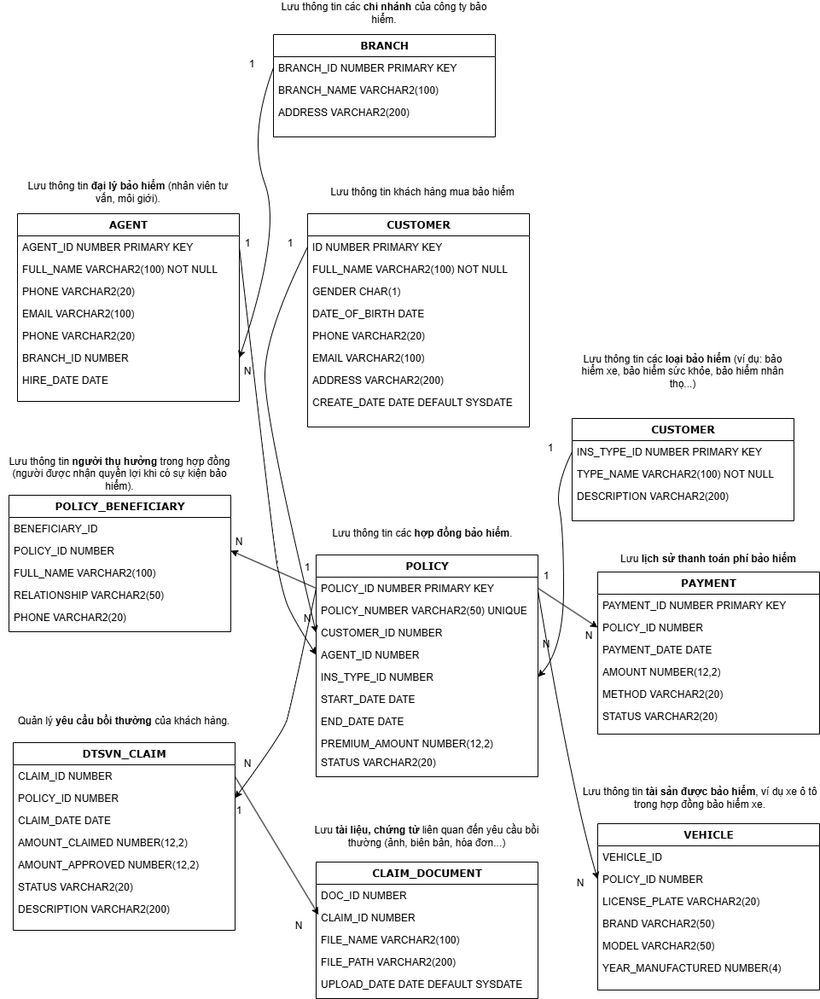
This is Insurance-Contract-Microservice.drawio.png from HoangNamDanga/Insurance-Contract-Microservice, a draw.io export, as it was before one commit. Source tidied: cells renumbered, new cells last; positions are measured from the earlier drawing's top-left corner, leaving out a move shared by most shapes.
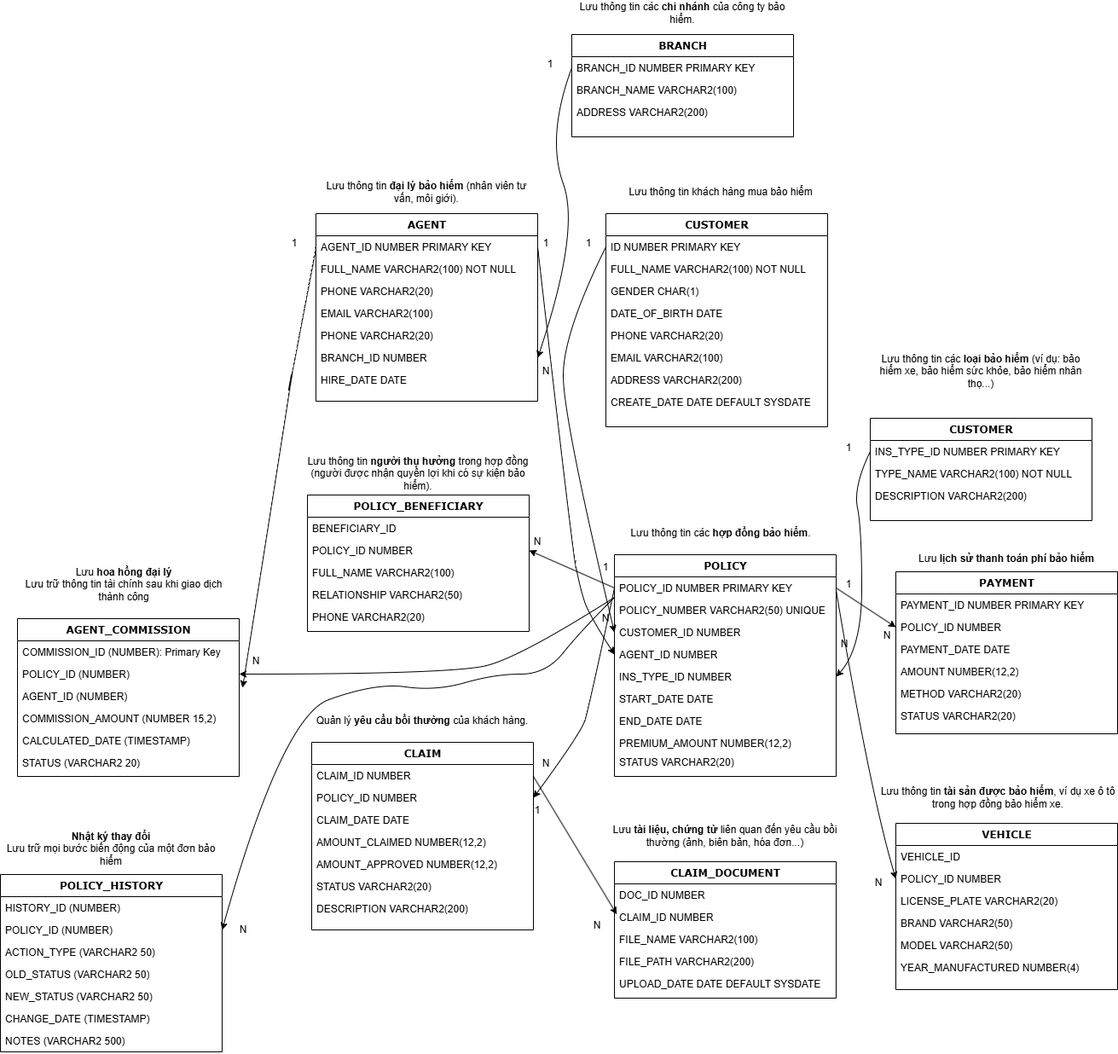
Above is the later version.

Commit message:
Update database diagram with Agent Commission and Policy History

Change to the diagram source:
```diff
@@ -167,7 +167,7 @@
     <mxCell id="56" value="Lưu &lt;strong&gt;lịch sử thanh toán phí bảo hiểm&lt;/strong&gt;" style="text;html=1;align=center;verticalAlign=middle;whiteSpace=wrap;rounded=0;" parent="1" vertex="1">
       <mxGeometry x="705" y="640" width="250" height="30" as="geometry" />
     </mxCell>
-    <mxCell id="57" value="DTSVN_CLAIM" style="swimlane;html=1;fontStyle=1;align=center;verticalAlign=top;horizontal=1;startSize=26;swimlaneFillColor=#ffffff;rounded=0;shadow=0;comic=0;labelBackgroundColor=none;strokeWidth=1;fillColor=none;fontFamily=Verdana;fontSize=12;" parent="1" vertex="1">
+    <mxCell id="57" value="CLAIM" style="swimlane;html=1;fontStyle=1;align=center;verticalAlign=top;horizontal=1;startSize=26;swimlaneFillColor=#ffffff;rounded=0;shadow=0;comic=0;labelBackgroundColor=none;strokeWidth=1;fillColor=none;fontFamily=Verdana;fontSize=12;" parent="1" vertex="1">
       <mxGeometry x="15" y="870" width="260" height="220" as="geometry" />
     </mxCell>
     <mxCell id="58" value="CLAIM_ID NUMBER" style="text;html=1;strokeColor=none;fillColor=none;align=left;verticalAlign=top;spacingLeft=4;spacingRight=4;whiteSpace=wrap;overflow=hidden;" parent="57" vertex="1">
@@ -310,7 +310,7 @@
       <mxGeometry x="660" y="730" width="60" height="30" as="geometry" />
     </mxCell>
     <mxCell id="97" value="1" style="text;html=1;align=center;verticalAlign=middle;whiteSpace=wrap;rounded=0;" parent="1" vertex="1">
-      <mxGeometry x="610" y="660" width="60" height="30" as="geometry" />
+      <mxGeometry x="615" y="670" width="60" height="30" as="geometry" />
     </mxCell>
     <mxCell id="98" style="curved=1;endArrow=classic;html=1;rounded=0;exitX=0;exitY=0.5;exitDx=0;exitDy=0;entryX=1;entryY=0.5;entryDx=0;entryDy=0;" parent="1" edge="1" source="32" target="59">
       <mxGeometry relative="1" as="geometry">
@@ -343,5 +343,96 @@
     <mxCell id="104" value="N" style="text;html=1;align=center;verticalAlign=middle;whiteSpace=wrap;rounded=0;" parent="1" vertex="1">
       <mxGeometry x="650" y="1020" width="60" height="30" as="geometry" />
     </mxCell>
+    <mxCell id="105" value="AGENT_COMMISSION" style="swimlane;html=1;fontStyle=1;align=center;verticalAlign=top;horizontal=1;startSize=26;swimlaneFillColor=#ffffff;rounded=0;shadow=0;comic=0;labelBackgroundColor=none;strokeWidth=1;fillColor=none;fontFamily=Verdana;fontSize=12;" parent="1" vertex="1">
+      <mxGeometry x="-330" y="725" width="260" height="185" as="geometry" />
+    </mxCell>
+    <mxCell id="106" value="&lt;span style=&quot;&quot;&gt;COMMISSION_ID&lt;/span&gt; (NUMBER): Primary Key" style="text;html=1;strokeColor=none;fillColor=none;align=left;verticalAlign=top;spacingLeft=4;spacingRight=4;whiteSpace=wrap;overflow=hidden;" parent="105" vertex="1">
+      <mxGeometry y="26" width="260" height="26" as="geometry" />
+    </mxCell>
+    <mxCell id="107" value="&lt;span style=&quot;&quot;&gt;POLICY_ID&lt;/span&gt; (NUMBER)" style="text;html=1;strokeColor=none;fillColor=none;align=left;verticalAlign=top;spacingLeft=4;spacingRight=4;whiteSpace=wrap;overflow=hidden;points=[[0,0.5],[1,0.5]];portConstraint=eastwest;" parent="105" vertex="1">
+      <mxGeometry y="52" width="260" height="26" as="geometry" />
+    </mxCell>
+    <mxCell id="108" value="&lt;span style=&quot;&quot;&gt;AGENT_ID&lt;/span&gt; (NUMBER)" style="text;html=1;strokeColor=none;fillColor=none;align=left;verticalAlign=top;spacingLeft=4;spacingRight=4;whiteSpace=wrap;overflow=hidden;points=[[0,0.5],[1,0.5]];portConstraint=eastwest;" parent="105" vertex="1">
+      <mxGeometry y="78" width="260" height="26" as="geometry" />
+    </mxCell>
+    <mxCell id="109" value="&lt;span style=&quot;&quot;&gt;COMMISSION_AMOUNT&lt;/span&gt; (NUMBER 15,2)" style="text;html=1;strokeColor=none;fillColor=none;align=left;verticalAlign=top;spacingLeft=4;spacingRight=4;whiteSpace=wrap;overflow=hidden;" parent="105" vertex="1">
+      <mxGeometry y="104" width="260" height="26" as="geometry" />
+    </mxCell>
+    <mxCell id="110" value="&lt;span style=&quot;&quot;&gt;CALCULATED_DATE&lt;/span&gt; (TIMESTAMP)" style="text;html=1;strokeColor=none;fillColor=none;align=left;verticalAlign=top;spacingLeft=4;spacingRight=4;whiteSpace=wrap;overflow=hidden;" parent="105" vertex="1">
+      <mxGeometry y="130" width="260" height="26" as="geometry" />
+    </mxCell>
+    <mxCell id="111" value="&lt;span style=&quot;&quot;&gt;STATU&lt;/span&gt;&lt;span style=&quot;&quot;&gt;S&lt;/span&gt; (VARCHAR2 20)" style="text;html=1;strokeColor=none;fillColor=none;align=left;verticalAlign=top;spacingLeft=4;spacingRight=4;whiteSpace=wrap;overflow=hidden;" parent="105" vertex="1">
+      <mxGeometry y="156" width="260" height="26" as="geometry" />
+    </mxCell>
+    <mxCell id="112" value="Lưu &lt;b&gt;hoa hồng đại lý&lt;/b&gt;&lt;div&gt;Lưu trữ thông tin tài chính sau khi giao dịch thành công&lt;b&gt;&lt;/b&gt;&lt;/div&gt;" style="text;html=1;align=center;verticalAlign=middle;whiteSpace=wrap;rounded=0;" parent="1" vertex="1">
+      <mxGeometry x="-330" y="670" width="250" height="30" as="geometry" />
+    </mxCell>
+    <mxCell id="113" value="N" style="text;html=1;align=center;verticalAlign=middle;whiteSpace=wrap;rounded=0;" parent="1" vertex="1">
+      <mxGeometry x="-80" y="760" width="60" height="30" as="geometry" />
+    </mxCell>
+    <mxCell id="114" style="curved=1;endArrow=classic;html=1;rounded=0;entryX=1;entryY=0.5;entryDx=0;entryDy=0;" parent="1" edge="1" target="107">
+      <mxGeometry relative="1" as="geometry">
+        <mxPoint x="370" y="700" as="sourcePoint" />
+        <Array as="points">
+          <mxPoint x="260" y="770" />
+          <mxPoint x="180" y="790" />
+        </Array>
+      </mxGeometry>
+    </mxCell>
+    <mxCell id="115" style="curved=1;endArrow=classic;html=1;rounded=0;entryX=1.015;entryY=0.115;entryDx=0;entryDy=0;entryPerimeter=0;" parent="1" edge="1" target="108">
+      <mxGeometry relative="1" as="geometry">
+        <mxPoint x="20" y="290" as="sourcePoint" />
+        <Array as="points">
+          <mxPoint x="-20" y="500" />
+          <mxPoint y="390" />
+        </Array>
+      </mxGeometry>
+    </mxCell>
+    <mxCell id="116" value="1" style="text;html=1;align=center;verticalAlign=middle;whiteSpace=wrap;rounded=0;" parent="1" vertex="1">
+      <mxGeometry x="-35" y="270" width="60" height="30" as="geometry" />
+    </mxCell>
+    <mxCell id="117" value="POLICY_HISTORY" style="swimlane;html=1;fontStyle=1;align=center;verticalAlign=top;horizontal=1;startSize=26;swimlaneFillColor=#ffffff;rounded=0;shadow=0;comic=0;labelBackgroundColor=none;strokeWidth=1;fillColor=none;fontFamily=Verdana;fontSize=12;" parent="1" vertex="1">
+      <mxGeometry x="-350" y="1025" width="260" height="208" as="geometry" />
+    </mxCell>
+    <mxCell id="118" value="&lt;span style=&quot;&quot;&gt;HISTORY_ID&lt;/span&gt; (NUMBER)" style="text;html=1;strokeColor=none;fillColor=none;align=left;verticalAlign=top;spacingLeft=4;spacingRight=4;whiteSpace=wrap;overflow=hidden;" parent="117" vertex="1">
+      <mxGeometry y="26" width="260" height="26" as="geometry" />
+    </mxCell>
+    <mxCell id="119" value="&lt;span style=&quot;&quot;&gt;POLICY_ID&lt;/span&gt; (NUMBER)" style="text;html=1;strokeColor=none;fillColor=none;align=left;verticalAlign=top;spacingLeft=4;spacingRight=4;whiteSpace=wrap;overflow=hidden;points=[[0,0.5],[1,0.5]];portConstraint=eastwest;" parent="117" vertex="1">
+      <mxGeometry y="52" width="260" height="26" as="geometry" />
+    </mxCell>
+    <mxCell id="120" value="&lt;span style=&quot;&quot;&gt;ACTION_TYPE&lt;/span&gt; (VARCHAR2 50)" style="text;html=1;strokeColor=none;fillColor=none;align=left;verticalAlign=top;spacingLeft=4;spacingRight=4;whiteSpace=wrap;overflow=hidden;" parent="117" vertex="1">
+      <mxGeometry y="78" width="260" height="26" as="geometry" />
+    </mxCell>
+    <mxCell id="121" value="&lt;span style=&quot;&quot;&gt;OLD_STATUS&lt;/span&gt; (VARCHAR2 50)" style="text;html=1;strokeColor=none;fillColor=none;align=left;verticalAlign=top;spacingLeft=4;spacingRight=4;whiteSpace=wrap;overflow=hidden;" parent="117" vertex="1">
+      <mxGeometry y="104" width="260" height="26" as="geometry" />
+    </mxCell>
+    <mxCell id="122" value="&lt;span style=&quot;&quot;&gt;NEW_STATUS&lt;/span&gt; (VARCHAR2 50)" style="text;html=1;strokeColor=none;fillColor=none;align=left;verticalAlign=top;spacingLeft=4;spacingRight=4;whiteSpace=wrap;overflow=hidden;" parent="117" vertex="1">
+      <mxGeometry y="130" width="260" height="26" as="geometry" />
+    </mxCell>
+    <mxCell id="123" value="&lt;span style=&quot;&quot;&gt;CHANGE_DATE&lt;/span&gt; (TIMESTAMP)" style="text;html=1;strokeColor=none;fillColor=none;align=left;verticalAlign=top;spacingLeft=4;spacingRight=4;whiteSpace=wrap;overflow=hidden;" parent="117" vertex="1">
+      <mxGeometry y="156" width="260" height="26" as="geometry" />
+    </mxCell>
+    <mxCell id="124" value="&lt;span style=&quot;&quot;&gt;NOTES&lt;/span&gt; (VARCHAR2 500)" style="text;html=1;strokeColor=none;fillColor=none;align=left;verticalAlign=top;spacingLeft=4;spacingRight=4;whiteSpace=wrap;overflow=hidden;" parent="117" vertex="1">
+      <mxGeometry y="182" width="260" height="26" as="geometry" />
+    </mxCell>
+    <mxCell id="125" style="curved=1;endArrow=classic;html=1;rounded=0;entryX=1;entryY=0.5;entryDx=0;entryDy=0;" parent="1" edge="1" target="119">
+      <mxGeometry relative="1" as="geometry">
+        <mxPoint x="370" y="700" as="sourcePoint" />
+        <Array as="points">
+          <mxPoint x="330" y="740" />
+          <mxPoint x="290" y="790" />
+          <mxPoint x="230" y="790" />
+          <mxPoint x="160" y="810" />
+          <mxPoint x="90" y="800" />
+          <mxPoint x="-20" y="840" />
+        </Array>
+      </mxGeometry>
+    </mxCell>
+    <mxCell id="126" value="N" style="text;html=1;align=center;verticalAlign=middle;whiteSpace=wrap;rounded=0;" parent="1" vertex="1">
+      <mxGeometry x="-95" y="1075" width="60" height="30" as="geometry" />
+    </mxCell>
+    <mxCell id="127" value="&lt;b&gt;Nhật ký thay đổi&lt;br&gt;&lt;/b&gt;&lt;div&gt;Lưu trữ mọi bước biến động của một đơn bảo hiểm&lt;b&gt;&lt;/b&gt;&lt;/div&gt;" style="text;html=1;align=center;verticalAlign=middle;whiteSpace=wrap;rounded=0;" parent="1" vertex="1">
+      <mxGeometry x="-345" y="980" width="250" height="30" as="geometry" />
+    </mxCell>
   </root>
 </mxGraphModel>
```
